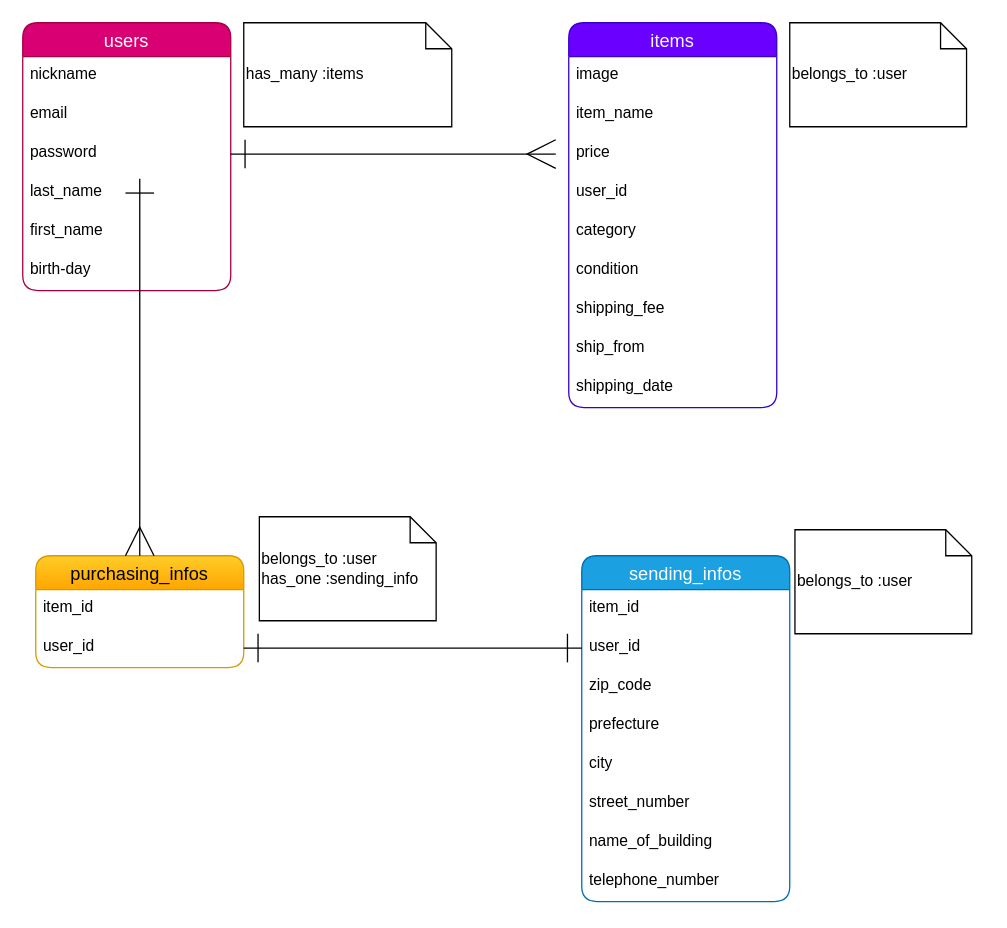
Earlier version of the draw.io diagram page "ページ1" (1 of 2) of test.dio (mochiyama/furima-39655). Source tidied: cells renumbered, new cells numbered last; positions are measured from the earlier drawing's top-left corner, leaving out a move shared by most shapes. Both pictures are drawn from the tidied source at 130%, with x=0, y=0 at pixel (22, 22).
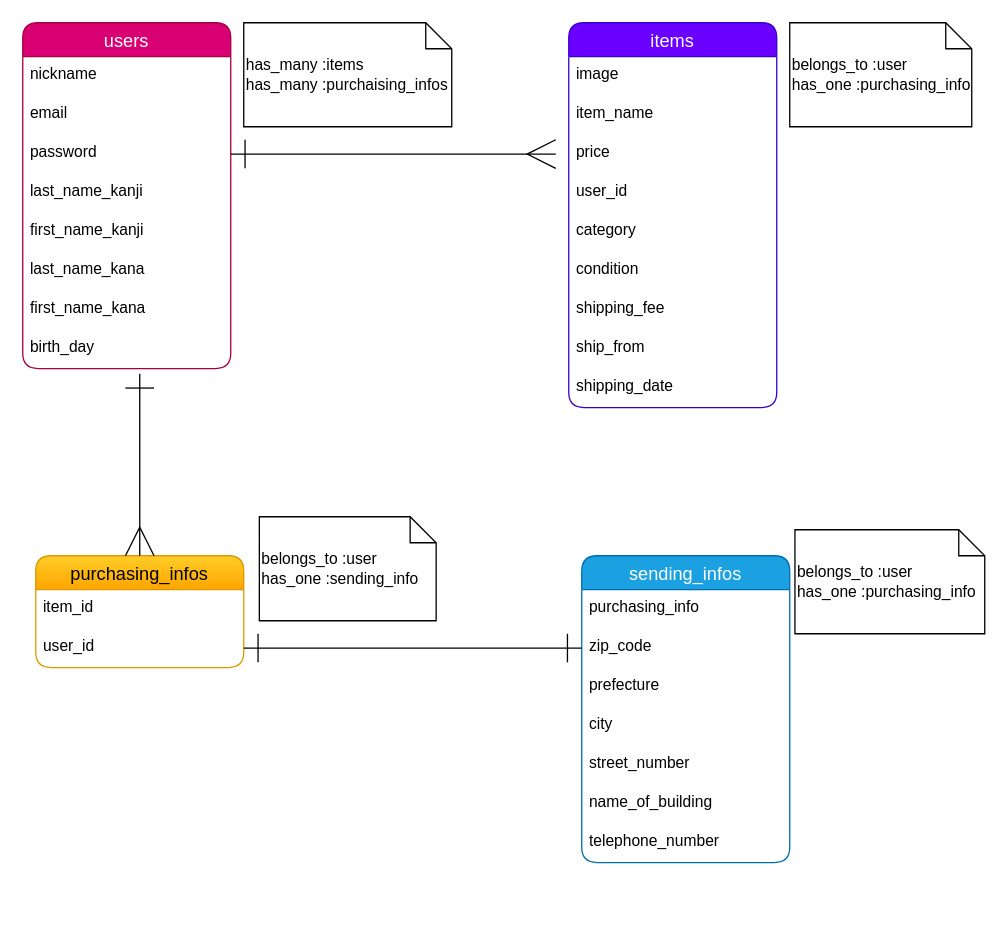
The same page after the edit.

Unchanged cells that the change refers to:
```xml
<mxCell id="19" value="purchasing_infos" style="swimlane;fontStyle=0;horizontal=1;startSize=26;align=center;fontSize=14;fillColor=#ffcd28;gradientColor=#ffa500;strokeColor=#d79b00;rounded=1;" parent="1" vertex="1">
  <mxGeometry x="10" y="410" width="160" height="86" as="geometry" />
</mxCell>
<mxCell id="21" value="user_id" style="text;strokeColor=none;fillColor=none;spacingLeft=4;spacingRight=4;overflow=hidden;points=[[0,0.5],[1,0.5]];portConstraint=eastwest;fontSize=12;rounded=1;" parent="19" vertex="1">
  <mxGeometry y="56" width="160" height="30" as="geometry" />
</mxCell>
```

Change to the diagram source:
```diff
@@
     <mxCell id="2" value="users" style="swimlane;fontStyle=0;horizontal=1;startSize=26;align=center;fontSize=14;fillColor=#d80073;strokeColor=#A50040;rounded=1;fontColor=#ffffff;" parent="1" vertex="1">
-      <mxGeometry width="160" height="206" as="geometry" />
+      <mxGeometry width="160" height="266" as="geometry" />
     </mxCell>
@@
-    <mxCell id="6" value="last_name" style="text;strokeColor=none;fillColor=none;spacingLeft=4;spacingRight=4;overflow=hidden;fontSize=12;" parent="2" vertex="1">
+    <mxCell id="6" value="last_name_kanji" style="text;strokeColor=none;fillColor=none;spacingLeft=4;spacingRight=4;overflow=hidden;fontSize=12;" parent="2" vertex="1">
       <mxGeometry y="116" width="160" height="30" as="geometry" />
     </mxCell>
-    <mxCell id="7" value="first_name" style="text;strokeColor=none;fillColor=none;spacingLeft=4;spacingRight=4;overflow=hidden;fontSize=12;" parent="2" vertex="1">
+    <mxCell id="7" value="first_name_kanji" style="text;strokeColor=none;fillColor=none;spacingLeft=4;spacingRight=4;overflow=hidden;fontSize=12;" parent="2" vertex="1">
       <mxGeometry y="146" width="160" height="30" as="geometry" />
     </mxCell>
+    <mxCell id="38" value="last_name_kana" style="text;strokeColor=none;fillColor=none;spacingLeft=4;spacingRight=4;overflow=hidden;fontSize=12;" parent="2" vertex="1">
+      <mxGeometry y="176" width="160" height="30" as="geometry" />
+    </mxCell>
+    <mxCell id="39" value="first_name_kana" style="text;strokeColor=none;fillColor=none;spacingLeft=4;spacingRight=4;overflow=hidden;fontSize=12;" parent="2" vertex="1">
+      <mxGeometry y="206" width="160" height="30" as="geometry" />
+    </mxCell>
-    <mxCell id="8" value="birth-day" style="text;strokeColor=none;fillColor=none;spacingLeft=4;spacingRight=4;overflow=hidden;fontSize=12;" parent="2" vertex="1">
-      <mxGeometry y="176" width="160" height="30" as="geometry" />
+    <mxCell id="8" value="birth_day" style="text;strokeColor=none;fillColor=none;spacingLeft=4;spacingRight=4;overflow=hidden;fontSize=12;" parent="2" vertex="1">
+      <mxGeometry y="236" width="160" height="30" as="geometry" />
     </mxCell>
@@
     <mxCell id="22" value="sending_infos" style="swimlane;fontStyle=0;horizontal=1;startSize=26;align=center;fontSize=14;fillColor=#1ba1e2;strokeColor=#006EAF;fontColor=#ffffff;rounded=1;" parent="1" vertex="1">
-      <mxGeometry x="430" y="410" width="160" height="266" as="geometry" />
+      <mxGeometry x="430" y="410" width="160" height="236" as="geometry" />
     </mxCell>
-    <mxCell id="23" value="item_id" style="text;strokeColor=none;fillColor=none;spacingLeft=4;spacingRight=4;overflow=hidden;fontSize=12;rounded=1;" parent="22" vertex="1">
-      <mxGeometry y="26" width="160" height="30" as="geometry" />
-    </mxCell>
-    <mxCell id="24" value="user_id" style="text;strokeColor=none;fillColor=none;spacingLeft=4;spacingRight=4;overflow=hidden;points=[[0,0.5],[1,0.5]];portConstraint=eastwest;fontSize=12;rounded=1;" parent="22" vertex="1">
-      <mxGeometry y="56" width="160" height="30" as="geometry" />
+    <mxCell id="24" value="purchasing_info" style="text;strokeColor=none;fillColor=none;spacingLeft=4;spacingRight=4;overflow=hidden;points=[[0,0.5],[1,0.5]];portConstraint=eastwest;fontSize=12;rounded=1;" parent="22" vertex="1">
+      <mxGeometry y="26" width="160" height="30" as="geometry" />
     </mxCell>
     <mxCell id="25" value="zip_code" style="text;strokeColor=none;fillColor=none;spacingLeft=4;spacingRight=4;overflow=hidden;points=[[0,0.5],[1,0.5]];portConstraint=eastwest;fontSize=12;" parent="22" vertex="1">
-      <mxGeometry y="86" width="160" height="30" as="geometry" />
+      <mxGeometry y="56" width="160" height="30" as="geometry" />
     </mxCell>
     <mxCell id="26" value="prefecture" style="text;strokeColor=none;fillColor=none;spacingLeft=4;spacingRight=4;overflow=hidden;fontSize=12;" parent="22" vertex="1">
-      <mxGeometry y="116" width="160" height="30" as="geometry" />
+      <mxGeometry y="86" width="160" height="30" as="geometry" />
     </mxCell>
     <mxCell id="27" value="city" style="text;strokeColor=none;fillColor=none;spacingLeft=4;spacingRight=4;overflow=hidden;fontSize=12;" parent="22" vertex="1">
-      <mxGeometry y="146" width="160" height="30" as="geometry" />
+      <mxGeometry y="116" width="160" height="30" as="geometry" />
     </mxCell>
     <mxCell id="28" value="street_number" style="text;strokeColor=none;fillColor=none;spacingLeft=4;spacingRight=4;overflow=hidden;fontSize=12;" parent="22" vertex="1">
-      <mxGeometry y="176" width="160" height="30" as="geometry" />
+      <mxGeometry y="146" width="160" height="30" as="geometry" />
     </mxCell>
     <mxCell id="29" value="name_of_building" style="text;strokeColor=none;fillColor=none;spacingLeft=4;spacingRight=4;overflow=hidden;fontSize=12;" parent="22" vertex="1">
-      <mxGeometry y="206" width="160" height="30" as="geometry" />
+      <mxGeometry y="176" width="160" height="30" as="geometry" />
     </mxCell>
     <mxCell id="30" value="telephone_number" style="text;strokeColor=none;fillColor=none;spacingLeft=4;spacingRight=4;overflow=hidden;fontSize=12;" parent="22" vertex="1">
-      <mxGeometry y="236" width="160" height="30" as="geometry" />
+      <mxGeometry y="206" width="160" height="30" as="geometry" />
     </mxCell>
@@
     <mxCell id="32" style="edgeStyle=none;rounded=1;html=1;entryX=0.5;entryY=0;entryDx=0;entryDy=0;startArrow=ERone;startFill=0;endArrow=ERmany;endFill=0;startSize=20;endSize=20;" parent="1" edge="1" target="19">
       <mxGeometry relative="1" as="geometry">
-        <mxPoint x="90" y="120" as="sourcePoint" />
+        <mxPoint x="90" y="270" as="sourcePoint" />
       </mxGeometry>
     </mxCell>
-    <mxCell id="33" style="edgeStyle=none;rounded=1;html=1;exitX=1;exitY=0.5;exitDx=0;exitDy=0;startArrow=ERone;startFill=0;endArrow=ERone;endFill=0;startSize=20;endSize=20;sourcePerimeterSpacing=20;targetPerimeterSpacing=20;entryX=0;entryY=0.5;entryDx=0;entryDy=0;" parent="1" edge="1" source="21" target="24">
+    <mxCell id="33" style="edgeStyle=none;rounded=1;html=1;exitX=1;exitY=0.5;exitDx=0;exitDy=0;startArrow=ERone;startFill=0;endArrow=ERone;endFill=0;startSize=20;endSize=20;sourcePerimeterSpacing=20;targetPerimeterSpacing=20;entryX=0;entryY=0.5;entryDx=0;entryDy=0;" parent="1" edge="1" source="21" target="25">
       <mxGeometry relative="1" as="geometry" />
     </mxCell>
-    <mxCell id="34" value="has_many :items" style="shape=note;size=20;whiteSpace=wrap;html=1;rounded=1;align=left;" parent="1" vertex="1">
+    <mxCell id="34" value="has_many :items&lt;br&gt;has_many :purchaising_infos" style="shape=note;size=20;whiteSpace=wrap;html=1;rounded=1;align=left;" parent="1" vertex="1">
       <mxGeometry x="170" width="160" height="80" as="geometry" />
     </mxCell>
@@
-    <mxCell id="36" value="belongs_to :user" style="shape=note;size=20;whiteSpace=wrap;html=1;rounded=1;align=left;" parent="1" vertex="1">
-      <mxGeometry x="590" width="136" height="80" as="geometry" />
+    <mxCell id="36" value="belongs_to :user&lt;br&gt;has_one :purchasing_info" style="shape=note;size=20;whiteSpace=wrap;html=1;rounded=1;align=left;" parent="1" vertex="1">
+      <mxGeometry x="590" width="140" height="80" as="geometry" />
     </mxCell>
-    <mxCell id="37" value="belongs_to :user" style="shape=note;size=20;whiteSpace=wrap;html=1;rounded=1;align=left;" parent="1" vertex="1">
-      <mxGeometry x="594" y="390" width="136" height="80" as="geometry" />
+    <mxCell id="37" value="belongs_to :user&lt;br&gt;has_one :purchasing_info" style="shape=note;size=20;whiteSpace=wrap;html=1;rounded=1;align=left;" parent="1" vertex="1">
+      <mxGeometry x="594" y="390" width="146" height="80" as="geometry" />
     </mxCell>
```
